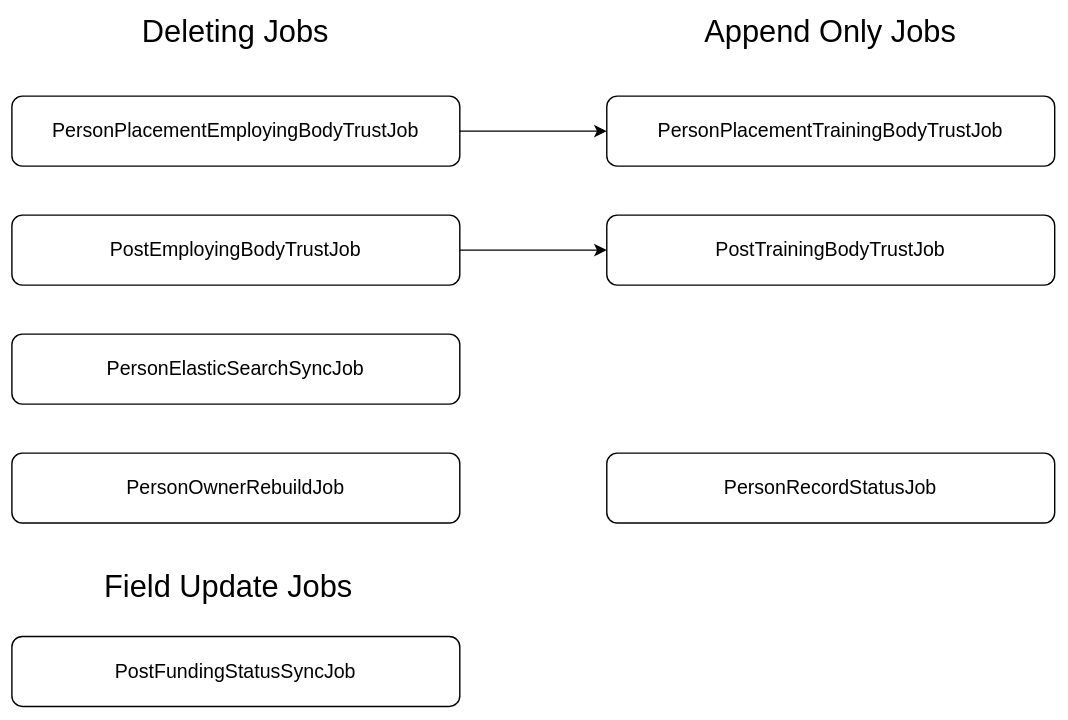
The draw.io diagram jobDependency.svg in Health-Education-England/TIS-SYNC, before a commit. Source tidied: cells renumbered, new cells last; positions are measured from the earlier drawing's top-left corner, leaving out a move shared by most shapes.
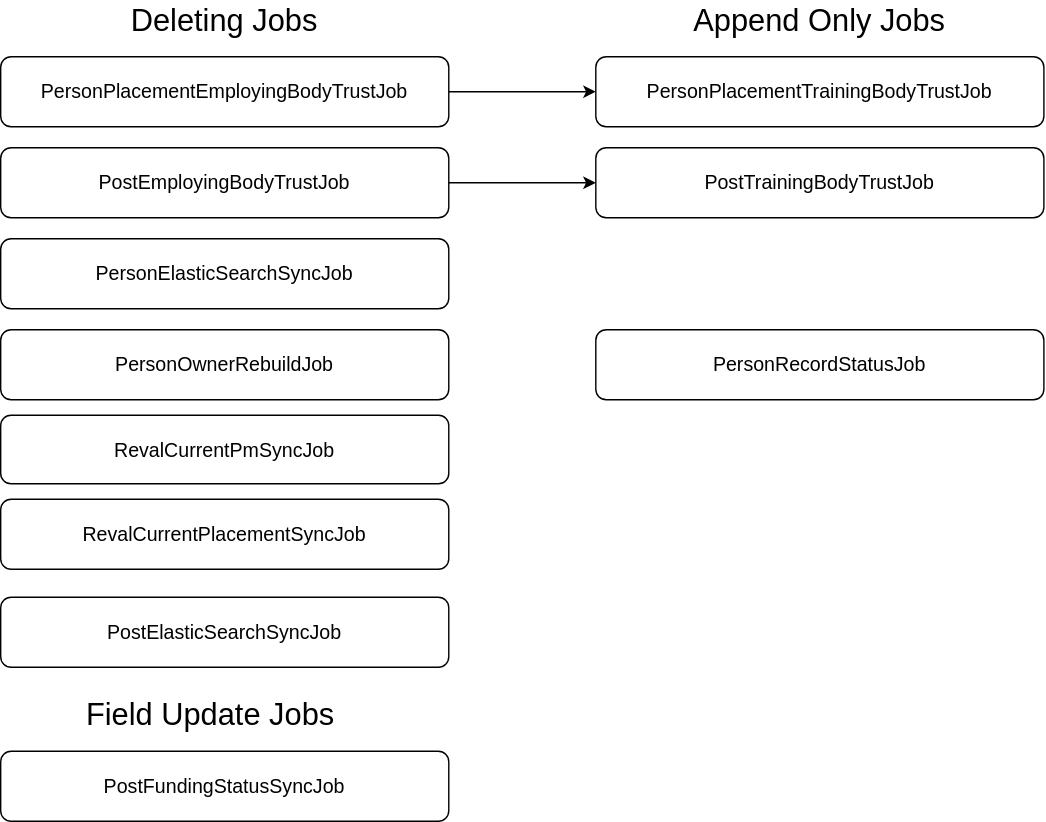
The same diagram one commit later.

Change to the diagram source:
```diff
@@ -12,34 +12,43 @@
       <mxGeometry relative="1" as="geometry" />
     </mxCell>
     <mxCell id="5" value="PersonPlacementEmployingBodyTrustJob" style="rounded=1;whiteSpace=wrap;html=1;strokeWidth=1;fontSize=14;" parent="1" vertex="1">
-      <mxGeometry y="60" width="320" height="50" as="geometry" />
+      <mxGeometry y="40" width="320" height="50" as="geometry" />
     </mxCell>
     <mxCell id="6" style="edgeStyle=orthogonalEdgeStyle;rounded=0;jettySize=auto;html=1;exitX=1;exitY=0.5;exitDx=0;exitDy=0;entryX=0;entryY=0.5;entryDx=0;entryDy=0;fontSize=14;" parent="1" edge="1" source="7" target="11">
       <mxGeometry relative="1" as="geometry" />
     </mxCell>
     <mxCell id="7" value="PostEmployingBodyTrustJob" style="rounded=1;whiteSpace=wrap;html=1;strokeWidth=1;fontSize=14;" parent="1" vertex="1">
-      <mxGeometry y="145" width="320" height="50" as="geometry" />
+      <mxGeometry y="105" width="320" height="50" as="geometry" />
     </mxCell>
     <mxCell id="8" value="PersonElasticSearchSyncJob" style="rounded=1;whiteSpace=wrap;html=1;strokeWidth=1;fontSize=14;" parent="1" vertex="1">
-      <mxGeometry y="230" width="320" height="50" as="geometry" />
+      <mxGeometry y="170" width="320" height="50" as="geometry" />
     </mxCell>
     <mxCell id="9" value="PersonOwnerRebuildJob" style="rounded=1;whiteSpace=wrap;html=1;strokeWidth=1;fontSize=14;" parent="1" vertex="1">
-      <mxGeometry y="315" width="320" height="50" as="geometry" />
+      <mxGeometry y="235" width="320" height="50" as="geometry" />
     </mxCell>
     <mxCell id="10" value="PersonPlacementTrainingBodyTrustJob" style="rounded=1;whiteSpace=wrap;html=1;strokeWidth=1;fontSize=14;" parent="1" vertex="1">
-      <mxGeometry x="425" y="60" width="320" height="50" as="geometry" />
+      <mxGeometry x="425" y="40" width="320" height="50" as="geometry" />
     </mxCell>
     <mxCell id="11" value="PostTrainingBodyTrustJob" style="rounded=1;whiteSpace=wrap;html=1;strokeWidth=1;fontSize=14;" parent="1" vertex="1">
-      <mxGeometry x="425" y="145" width="320" height="50" as="geometry" />
+      <mxGeometry x="425" y="105" width="320" height="50" as="geometry" />
     </mxCell>
     <mxCell id="12" value="Field Update Jobs" style="text;html=1;strokeColor=none;fillColor=none;align=center;verticalAlign=middle;whiteSpace=wrap;rounded=0;strokeWidth=1;fontSize=22;" parent="1" vertex="1">
-      <mxGeometry x="60" y="396" width="190" height="30" as="geometry" />
+      <mxGeometry x="55" y="496" width="190" height="30" as="geometry" />
     </mxCell>
     <mxCell id="13" value="PostFundingStatusSyncJob" style="rounded=1;whiteSpace=wrap;html=1;strokeWidth=1;fontSize=14;" parent="1" vertex="1">
-      <mxGeometry y="446" width="320" height="50" as="geometry" />
+      <mxGeometry y="536" width="320" height="50" as="geometry" />
     </mxCell>
     <mxCell id="14" value="PersonRecordStatusJob" style="rounded=1;whiteSpace=wrap;html=1;strokeWidth=1;fontSize=14;" parent="1" vertex="1">
-      <mxGeometry x="425" y="315" width="320" height="50" as="geometry" />
+      <mxGeometry x="425" y="235" width="320" height="50" as="geometry" />
     </mxCell>
+    <mxCell id="15" value="RevalCurrentPmSyncJob" style="rounded=1;whiteSpace=wrap;html=1;strokeWidth=1;fontSize=14;" parent="1" vertex="1">
+      <mxGeometry y="296" width="320" height="49" as="geometry" />
+    </mxCell>
+    <mxCell id="16" value="RevalCurrentPlacementSyncJob" style="rounded=1;whiteSpace=wrap;html=1;strokeWidth=1;fontSize=14;" parent="1" vertex="1">
+      <mxGeometry y="356" width="320" height="50" as="geometry" />
+    </mxCell>
+    <mxCell id="17" value="PostElasticSearchSyncJob" style="rounded=1;whiteSpace=wrap;html=1;strokeWidth=1;fontSize=14;" parent="1" vertex="1">
+      <mxGeometry y="426" width="320" height="50" as="geometry" />
+    </mxCell>
   </root>
 </mxGraphModel>
```
